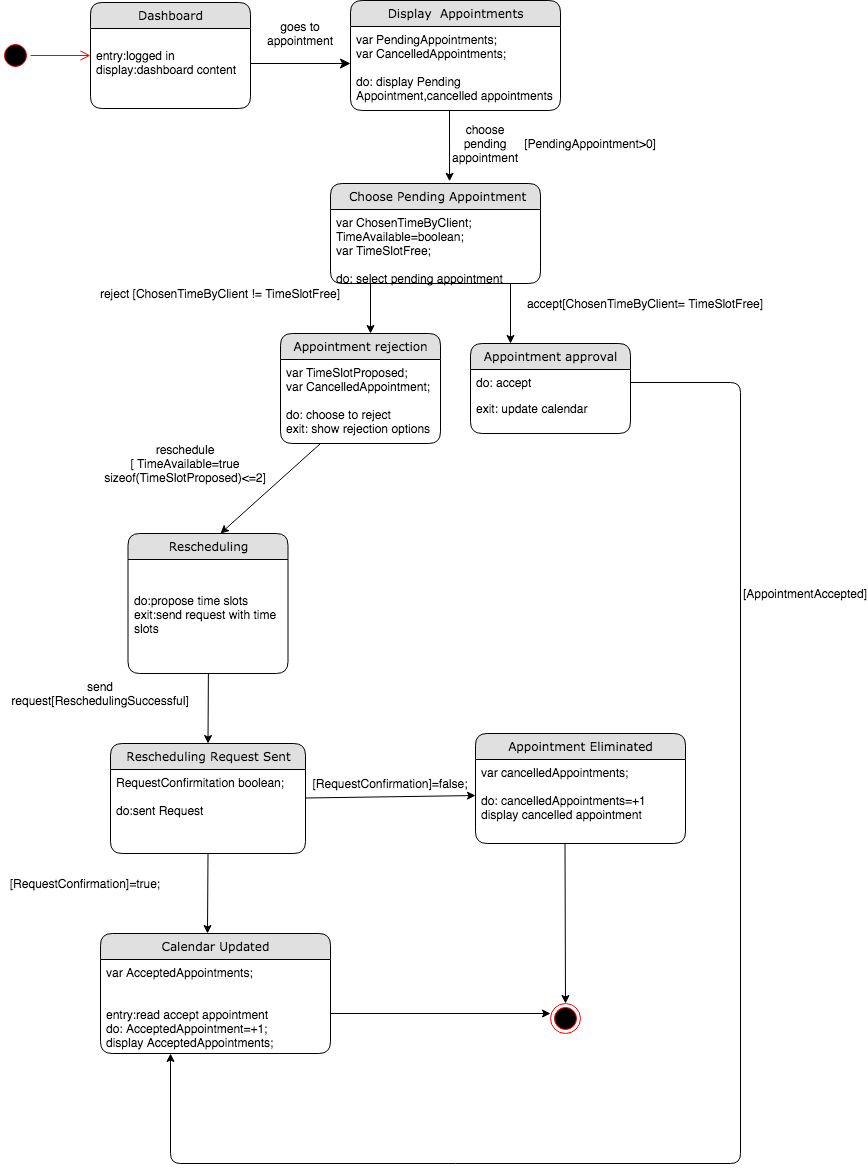
Earlier version of the draw.io export Diagrams/State Chart Diagrams FINAL/ST_05-06-07  ACCEPT,REJECT,RESCHEDULE APPOINTMENT.png (kkasharaj17/SE-project). Source tidied: cells renumbered, new cells last; positions are measured from the earlier drawing's top-left corner, leaving out a move shared by most shapes. Source of this version:
```xml
<mxGraphModel background="#ffffff">
  <root>
    <mxCell id="0" />
    <mxCell id="1" parent="0" />
    <mxCell id="2" style="edgeStyle=orthogonalEdgeStyle;html=1;labelBackgroundColor=none;startFill=0;startSize=8;endFill=1;endSize=8;fontFamily=Verdana;fontSize=12;" parent="1" edge="1" source="13">
      <mxGeometry relative="1" as="geometry">
        <mxPoint x="350" y="63" as="targetPoint" />
        <Array as="points">
          <mxPoint x="170" y="83" />
        </Array>
      </mxGeometry>
    </mxCell>
    <mxCell id="3" value="goes to appointment" style="text;html=1;strokeColor=none;fillColor=none;align=center;verticalAlign=middle;whiteSpace=wrap;rounded=0;" parent="1" vertex="1">
      <mxGeometry x="280" y="23" width="40" height="20" as="geometry" />
    </mxCell>
    <mxCell id="4" style="endArrow=classic;html=1;entryX=0.567;entryY=-0.022;entryDx=0;entryDy=0;entryPerimeter=0;" parent="1" edge="1" target="11">
      <mxGeometry relative="1" as="geometry">
        <mxPoint x="449" y="110" as="sourcePoint" />
      </mxGeometry>
    </mxCell>
    <mxCell id="5" value="choose pending appointment" style="text;html=1;strokeColor=none;fillColor=none;align=center;verticalAlign=middle;whiteSpace=wrap;rounded=0;rotation=0;" parent="1" vertex="1">
      <mxGeometry x="460" y="133" width="50" height="20" as="geometry" />
    </mxCell>
    <mxCell id="6" style="endArrow=classic;html=1;entryX=0.578;entryY=0;entryDx=0;entryDy=0;entryPerimeter=0;" parent="1" edge="1" target="32">
      <mxGeometry relative="1" as="geometry">
        <mxPoint x="320" y="443" as="sourcePoint" />
      </mxGeometry>
    </mxCell>
    <mxCell id="7" style="ellipse;html=1;shape=startState;fillColor=#000000;strokeColor=#ff0000;" parent="1" vertex="1">
      <mxGeometry y="40" width="30" height="30" as="geometry" />
    </mxCell>
    <mxCell id="8" style="edgeStyle=orthogonalEdgeStyle;html=1;verticalAlign=bottom;endArrow=open;endSize=8;strokeColor=#ff0000;" parent="1" edge="1" source="7">
      <mxGeometry relative="1" as="geometry">
        <mxPoint x="90" y="55" as="targetPoint" />
      </mxGeometry>
    </mxCell>
    <mxCell id="9" value="Display&amp;nbsp; Appointments" style="swimlane;html=1;fontStyle=0;horizontal=1;startSize=26;fillColor=#e0e0e0;swimlaneFillColor=#ffffff;align=center;rounded=1;shadow=0;comic=0;labelBackgroundColor=none;strokeWidth=1;fontFamily=Verdana;fontSize=12;" parent="1" vertex="1">
      <mxGeometry x="350" width="210" height="110" as="geometry" />
    </mxCell>
    <mxCell id="10" value="var PendingAppointments;&lt;br&gt;var CancelledAppointments;&lt;br&gt;&lt;br&gt;do: display Pending Appointment,cancelled appointments" style="text;html=1;strokeColor=none;fillColor=none;spacingLeft=4;spacingRight=4;whiteSpace=wrap;overflow=hidden;" parent="9" vertex="1">
      <mxGeometry y="26" width="210" height="84" as="geometry" />
    </mxCell>
    <mxCell id="11" value="&amp;nbsp;Choose Pending Appointment" style="swimlane;html=1;fontStyle=0;horizontal=1;startSize=26;fillColor=#e0e0e0;swimlaneFillColor=#ffffff;align=center;rounded=1;shadow=0;comic=0;labelBackgroundColor=none;strokeWidth=1;fontFamily=Verdana;fontSize=12;" parent="1" vertex="1">
      <mxGeometry x="330" y="183" width="210" height="100" as="geometry" />
    </mxCell>
    <mxCell id="12" value="var ChosenTimeByClient;&lt;br&gt;TimeAvailable=boolean;&lt;br&gt;var TimeSlotFree;&lt;br&gt;&lt;br&gt;do: select pending appointment" style="text;html=1;strokeColor=none;fillColor=none;spacingLeft=4;spacingRight=4;whiteSpace=wrap;overflow=hidden;" parent="11" vertex="1">
      <mxGeometry y="26" width="210" height="74" as="geometry" />
    </mxCell>
    <mxCell id="13" value="Dashboard" style="swimlane;html=1;fontStyle=0;horizontal=1;startSize=26;fillColor=#e0e0e0;swimlaneFillColor=#ffffff;align=center;rounded=1;shadow=0;comic=0;labelBackgroundColor=none;strokeWidth=1;fontFamily=Verdana;fontSize=12;" parent="1" vertex="1">
      <mxGeometry x="90" y="2" width="160" height="106" as="geometry" />
    </mxCell>
    <mxCell id="14" value="&lt;br&gt;entry:logged in&lt;br&gt;display:dashboard content" style="text;html=1;strokeColor=none;fillColor=none;spacingLeft=4;spacingRight=4;whiteSpace=wrap;overflow=hidden;" parent="13" vertex="1">
      <mxGeometry y="26" width="160" height="54" as="geometry" />
    </mxCell>
    <mxCell id="15" style="ellipse;html=1;shape=endState;fillColor=#000000;strokeColor=#ff0000;" parent="1" vertex="1">
      <mxGeometry x="550" y="1003" width="30" height="30" as="geometry" />
    </mxCell>
    <mxCell id="16" style="endArrow=classic;html=1;entryX=0.25;entryY=0;entryDx=0;entryDy=0;" parent="1" edge="1" target="34">
      <mxGeometry relative="1" as="geometry">
        <mxPoint x="510" y="283" as="sourcePoint" />
      </mxGeometry>
    </mxCell>
    <mxCell id="17" value="accept[ChosenTimeByClient= TimeSlotFree]" style="text;html=1;strokeColor=none;fillColor=none;align=center;verticalAlign=middle;whiteSpace=wrap;rounded=0;" parent="1" vertex="1">
      <mxGeometry x="505" y="293" width="280" height="20" as="geometry" />
    </mxCell>
    <mxCell id="18" style="endArrow=classic;html=1;" parent="1" edge="1">
      <mxGeometry relative="1" as="geometry">
        <mxPoint x="370" y="283" as="sourcePoint" />
        <mxPoint x="370" y="333" as="targetPoint" />
      </mxGeometry>
    </mxCell>
    <mxCell id="19" value="reschedule&lt;br&gt;[ TimeAvailable=true&lt;br&gt;sizeof(TimeSlotProposed)&amp;lt;=2]" style="text;html=1;strokeColor=none;fillColor=none;align=center;verticalAlign=middle;whiteSpace=wrap;rounded=0;rotation=0;" parent="1" vertex="1">
      <mxGeometry x="90" y="453" width="190" height="20" as="geometry" />
    </mxCell>
    <mxCell id="20" value="[AppointmentAccepted]" style="text;html=1;strokeColor=none;fillColor=none;align=center;verticalAlign=middle;whiteSpace=wrap;rounded=0;" parent="1" vertex="1">
      <mxGeometry x="785" y="583" width="40" height="20" as="geometry" />
    </mxCell>
    <mxCell id="21" style="endArrow=classic;html=1;exitX=1;exitY=0.5;exitDx=0;exitDy=0;" parent="1" edge="1" source="35">
      <mxGeometry relative="1" as="geometry">
        <mxPoint x="170" y="1053" as="targetPoint" />
        <Array as="points">
          <mxPoint x="740" y="382" />
          <mxPoint x="740" y="1163" />
          <mxPoint x="170" y="1163" />
        </Array>
      </mxGeometry>
    </mxCell>
    <mxCell id="22" value="reject [ChosenTimeByClient != TimeSlotFree]" style="text;html=1;strokeColor=none;fillColor=none;align=center;verticalAlign=middle;whiteSpace=wrap;rounded=0;" parent="1" vertex="1">
      <mxGeometry x="80" y="283" width="280" height="20" as="geometry" />
    </mxCell>
    <mxCell id="23" value="Appointment rejection" style="swimlane;html=1;fontStyle=0;horizontal=1;startSize=26;fillColor=#e0e0e0;swimlaneFillColor=#ffffff;align=center;rounded=1;shadow=0;comic=0;labelBackgroundColor=none;strokeWidth=1;fontFamily=Verdana;fontSize=12;" parent="1" vertex="1">
      <mxGeometry x="280" y="333" width="160" height="110" as="geometry" />
    </mxCell>
    <mxCell id="24" value="var TimeSlotProposed;&lt;br&gt;var CancelledAppointment;&lt;br&gt;&lt;br&gt;do: choose to reject&lt;br&gt;exit: show rejection options" style="text;html=1;strokeColor=none;fillColor=none;spacingLeft=4;spacingRight=4;whiteSpace=wrap;overflow=hidden;" parent="23" vertex="1">
      <mxGeometry y="26" width="160" height="74" as="geometry" />
    </mxCell>
    <mxCell id="25" value="[PendingAppointment&amp;gt;0]" style="text;html=1;strokeColor=none;fillColor=none;align=center;verticalAlign=middle;whiteSpace=wrap;rounded=0;" parent="1" vertex="1">
      <mxGeometry x="570" y="133" width="40" height="20" as="geometry" />
    </mxCell>
    <mxCell id="26" style="endArrow=classic;html=1;entryX=0.5;entryY=0;entryDx=0;entryDy=0;" parent="1" edge="1" target="27">
      <mxGeometry relative="1" as="geometry">
        <mxPoint x="208" y="653" as="sourcePoint" />
      </mxGeometry>
    </mxCell>
    <mxCell id="27" value="Rescheduling Request Sent" style="swimlane;html=1;fontStyle=0;horizontal=1;startSize=26;fillColor=#e0e0e0;swimlaneFillColor=#ffffff;align=center;rounded=1;shadow=0;comic=0;labelBackgroundColor=none;strokeWidth=1;fontFamily=Verdana;fontSize=12;" parent="1" vertex="1">
      <mxGeometry x="110" y="743" width="195" height="110" as="geometry" />
    </mxCell>
    <mxCell id="28" value="RequestConfirmitation boolean;&lt;br&gt;&lt;br&gt;do:sent Request&lt;br&gt;&lt;br&gt;&lt;br&gt;&lt;br&gt;" style="text;html=1;strokeColor=none;fillColor=none;spacingLeft=4;spacingRight=4;whiteSpace=wrap;overflow=hidden;" parent="27" vertex="1">
      <mxGeometry y="26" width="195" height="84" as="geometry" />
    </mxCell>
    <mxCell id="29" value="[RequestConfirmation]=false;" style="text;html=1;strokeColor=none;fillColor=none;align=center;verticalAlign=middle;whiteSpace=wrap;rounded=0;rotation=0;" parent="1" vertex="1">
      <mxGeometry x="305" y="773" width="170" height="20" as="geometry" />
    </mxCell>
    <mxCell id="30" value="[RequestConfirmation]=true;" style="text;html=1;strokeColor=none;fillColor=none;align=center;verticalAlign=middle;whiteSpace=wrap;rounded=0;rotation=0;" parent="1" vertex="1">
      <mxGeometry y="873" width="170" height="20" as="geometry" />
    </mxCell>
    <mxCell id="31" value="send request[ReschedulingSuccessful]" style="text;html=1;strokeColor=none;fillColor=none;align=center;verticalAlign=middle;whiteSpace=wrap;rounded=0;rotation=0;" parent="1" vertex="1">
      <mxGeometry x="50" y="683" width="100" height="20" as="geometry" />
    </mxCell>
    <mxCell id="32" value="Rescheduling" style="swimlane;html=1;fontStyle=0;horizontal=1;startSize=26;fillColor=#e0e0e0;swimlaneFillColor=#ffffff;align=center;rounded=1;shadow=0;comic=0;labelBackgroundColor=none;strokeWidth=1;fontFamily=Verdana;fontSize=12;" parent="1" vertex="1">
      <mxGeometry x="127.5" y="533" width="160" height="140" as="geometry" />
    </mxCell>
    <mxCell id="33" value="&lt;br&gt;&lt;br&gt;do:propose time slots&lt;br&gt;exit:send request with time slots" style="text;html=1;strokeColor=none;fillColor=none;spacingLeft=4;spacingRight=4;whiteSpace=wrap;overflow=hidden;" parent="32" vertex="1">
      <mxGeometry y="26" width="160" height="104" as="geometry" />
    </mxCell>
    <mxCell id="34" value="Appointment approval" style="swimlane;html=1;fontStyle=0;horizontal=1;startSize=26;fillColor=#e0e0e0;swimlaneFillColor=#ffffff;align=center;rounded=1;shadow=0;comic=0;labelBackgroundColor=none;strokeWidth=1;fontFamily=Verdana;fontSize=12;" parent="1" vertex="1">
      <mxGeometry x="470" y="343" width="160" height="90" as="geometry" />
    </mxCell>
    <mxCell id="35" value="do: accept" style="text;html=1;strokeColor=none;fillColor=none;spacingLeft=4;spacingRight=4;whiteSpace=wrap;overflow=hidden;points=[[0,0.5],[1,0.5]];portConstraint=eastwest;" parent="34" vertex="1">
      <mxGeometry y="26" width="160" height="26" as="geometry" />
    </mxCell>
    <mxCell id="36" value="exit: update calendar" style="text;html=1;strokeColor=none;fillColor=none;spacingLeft=4;spacingRight=4;whiteSpace=wrap;overflow=hidden;" parent="34" vertex="1">
      <mxGeometry y="52" width="160" height="26" as="geometry" />
    </mxCell>
    <mxCell id="37" style="endArrow=classic;html=1;strokeColor=#000000;" parent="1" edge="1">
      <mxGeometry relative="1" as="geometry">
        <mxPoint x="300" y="1013" as="sourcePoint" />
        <mxPoint x="550" y="1013" as="targetPoint" />
      </mxGeometry>
    </mxCell>
    <mxCell id="38" style="endArrow=classic;html=1;entryX=0.5;entryY=0;entryDx=0;entryDy=0;" parent="1" edge="1" target="15">
      <mxGeometry relative="1" as="geometry">
        <mxPoint x="564.5" y="843" as="sourcePoint" />
      </mxGeometry>
    </mxCell>
    <mxCell id="39" value="Appointment Eliminated" style="swimlane;html=1;fontStyle=0;horizontal=1;startSize=26;fillColor=#e0e0e0;swimlaneFillColor=#ffffff;align=center;rounded=1;shadow=0;comic=0;labelBackgroundColor=none;strokeWidth=1;fontFamily=Verdana;fontSize=12;" parent="1" vertex="1">
      <mxGeometry x="475" y="733" width="210" height="110" as="geometry" />
    </mxCell>
    <mxCell id="40" value="var cancelledAppointments;&lt;br&gt;&lt;br&gt;do: cancelledAppointments=+1&amp;nbsp;&lt;br&gt;display cancelled appointment" style="text;html=1;strokeColor=none;fillColor=none;spacingLeft=4;spacingRight=4;whiteSpace=wrap;overflow=hidden;points=[[0,0.5],[1,0.5]];portConstraint=eastwest;" parent="39" vertex="1">
      <mxGeometry y="26" width="210" height="84" as="geometry" />
    </mxCell>
    <mxCell id="41" value="Calendar Updated" style="swimlane;html=1;fontStyle=0;horizontal=1;startSize=26;fillColor=#e0e0e0;swimlaneFillColor=#ffffff;align=center;rounded=1;shadow=0;comic=0;labelBackgroundColor=none;strokeWidth=1;fontFamily=Verdana;fontSize=12;" parent="1" vertex="1">
      <mxGeometry x="100" y="933" width="230" height="120" as="geometry" />
    </mxCell>
    <mxCell id="42" value="var AcceptedAppointments;&lt;br&gt;&lt;br&gt;&lt;br&gt;entry:read accept appointment&lt;br&gt;do: AcceptedAppointment=+1;&lt;br&gt;display AcceptedAppointments;" style="text;html=1;strokeColor=none;fillColor=none;spacingLeft=4;spacingRight=4;whiteSpace=wrap;overflow=hidden;" parent="41" vertex="1">
      <mxGeometry y="26" width="230" height="94" as="geometry" />
    </mxCell>
    <mxCell id="43" style="endArrow=classic;html=1;" parent="1" edge="1">
      <mxGeometry relative="1" as="geometry">
        <mxPoint x="207.5" y="853" as="sourcePoint" />
        <mxPoint x="207" y="933" as="targetPoint" />
      </mxGeometry>
    </mxCell>
    <mxCell id="44" style="endArrow=classic;html=1;strokeColor=#000000;entryX=0;entryY=0.429;entryDx=0;entryDy=0;entryPerimeter=0;" parent="1" edge="1" target="40">
      <mxGeometry relative="1" as="geometry">
        <mxPoint x="305" y="797.5" as="sourcePoint" />
      </mxGeometry>
    </mxCell>
  </root>
</mxGraphModel>
```
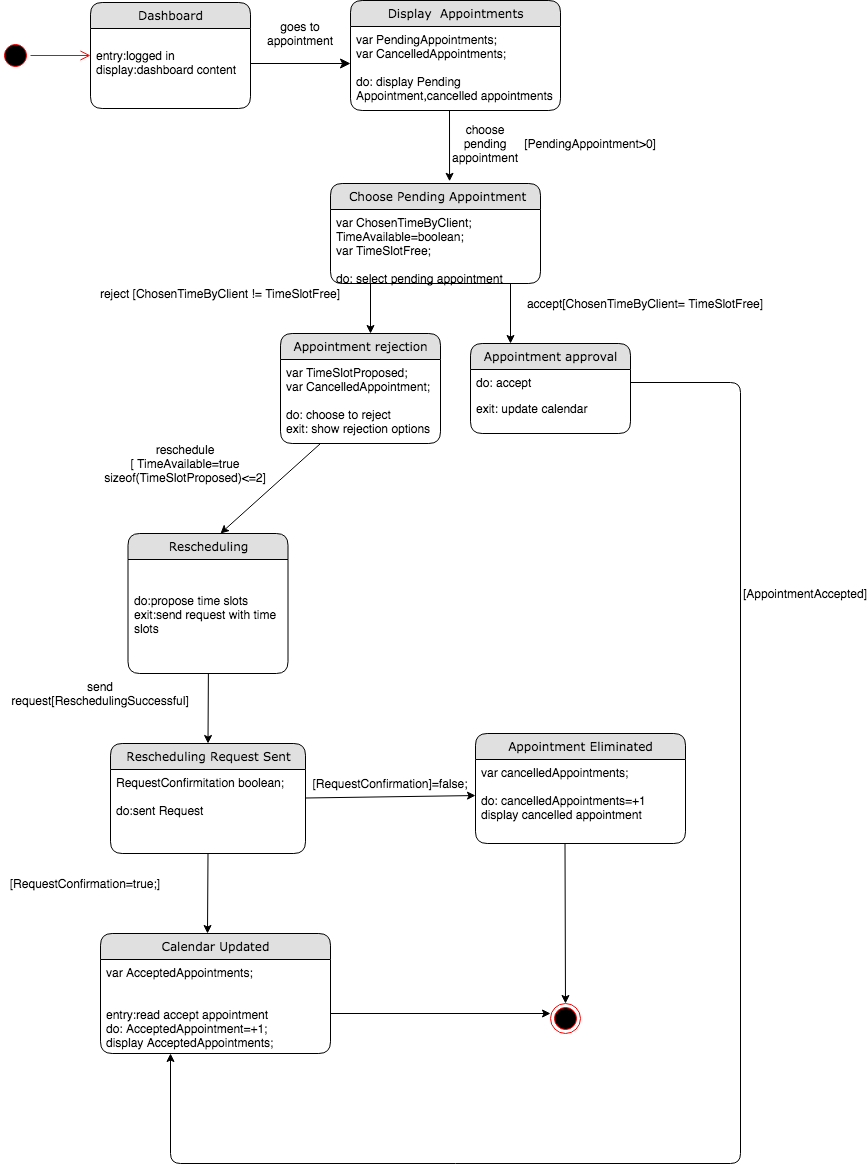
Above is the later version.

What changed in the source:
```diff
@@ -111,7 +111,7 @@
     <mxCell id="29" value="[RequestConfirmation]=false;" style="text;html=1;strokeColor=none;fillColor=none;align=center;verticalAlign=middle;whiteSpace=wrap;rounded=0;rotation=0;" parent="1" vertex="1">
       <mxGeometry x="305" y="773" width="170" height="20" as="geometry" />
     </mxCell>
-    <mxCell id="30" value="[RequestConfirmation]=true;" style="text;html=1;strokeColor=none;fillColor=none;align=center;verticalAlign=middle;whiteSpace=wrap;rounded=0;rotation=0;" parent="1" vertex="1">
+    <mxCell id="30" value="[RequestConfirmation=true;]" style="text;html=1;strokeColor=none;fillColor=none;align=center;verticalAlign=middle;whiteSpace=wrap;rounded=0;rotation=0;" parent="1" vertex="1">
       <mxGeometry y="873" width="170" height="20" as="geometry" />
     </mxCell>
     <mxCell id="31" value="send request[ReschedulingSuccessful]" style="text;html=1;strokeColor=none;fillColor=none;align=center;verticalAlign=middle;whiteSpace=wrap;rounded=0;rotation=0;" parent="1" vertex="1">
```
